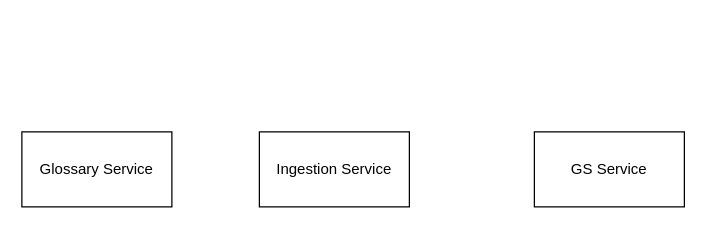
Before: assets/ingestion_service.drawio in ganisback/draw.io, a draw.io diagram. Source tidied: cells renumbered, new cells numbered last; positions are measured from the earlier drawing's top-left corner, leaving out a move shared by most shapes. Both pictures are drawn from the tidied source at 125%, with x=0, y=0 at pixel (21, 131). Pictures stored in the file or linked from it are replaced by grey dashed boxes.
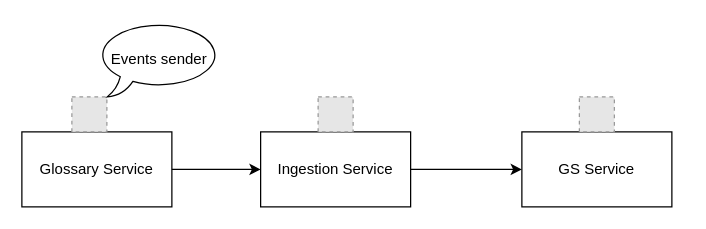
The same page after the edit.

What changed in the source:
```diff
@@
 <mxGraphModel>
   <root>
     <mxCell id="0" />
     <mxCell id="1" parent="0" />
     <mxCell id="2" value="Glossary Service" style="rounded=0;whiteSpace=wrap;html=1;" parent="1" vertex="1">
       <mxGeometry width="120" height="60" as="geometry" />
     </mxCell>
     <mxCell id="3" value="Ingestion Service" style="rounded=0;whiteSpace=wrap;html=1;" parent="1" vertex="1">
-      <mxGeometry x="190" width="120" height="60" as="geometry" />
+      <mxGeometry x="191" width="120" height="60" as="geometry" />
     </mxCell>
     <mxCell id="4" value="GS Service" style="rounded=0;whiteSpace=wrap;html=1;" parent="1" vertex="1">
-      <mxGeometry x="410" width="120" height="60" as="geometry" />
+      <mxGeometry x="400" width="120" height="60" as="geometry" />
     </mxCell>
+    <mxCell id="5" style="endArrow=classic;html=1;rounded=0;exitX=1;exitY=0.5;exitDx=0;exitDy=0;entryX=0;entryY=0.5;entryDx=0;entryDy=0;" parent="1" edge="1" source="2" target="3">
+      <mxGeometry relative="1" as="geometry" />
+    </mxCell>
+    <mxCell id="6" style="endArrow=classic;html=1;rounded=0;exitX=1;exitY=0.5;exitDx=0;exitDy=0;entryX=0;entryY=0.5;entryDx=0;entryDy=0;" parent="1" edge="1" source="3" target="4">
+      <mxGeometry relative="1" as="geometry" />
+    </mxCell>
+    <mxCell id="7" style="fillColor=#E6E6E6;strokeColor=#999999;dashed=1;html=1;verticalAlign=top;verticalLabelPosition=bottom;labelBackgroundColor=#ffffff;" parent="1" vertex="1">
+      <mxGeometry x="40" y="-28" width="28" height="28" as="geometry" />
+    </mxCell>
+    <mxCell id="8" style="fillColor=#E6E6E6;strokeColor=#999999;dashed=1;html=1;verticalAlign=top;verticalLabelPosition=bottom;labelBackgroundColor=#ffffff;" parent="1" vertex="1">
+      <mxGeometry x="237" y="-28" width="28" height="28" as="geometry" />
+    </mxCell>
+    <mxCell id="9" style="fillColor=#E6E6E6;strokeColor=#999999;dashed=1;html=1;verticalAlign=top;verticalLabelPosition=bottom;labelBackgroundColor=#ffffff;" parent="1" vertex="1">
+      <mxGeometry x="446" y="-28" width="28" height="28" as="geometry" />
+    </mxCell>
+    <mxCell id="10" value="Events sender" style="whiteSpace=wrap;html=1;shape=mxgraph.basic.oval_callout;" parent="1" vertex="1">
+      <mxGeometry x="60" y="-88" width="100" height="60" as="geometry" />
+    </mxCell>
   </root>
 </mxGraphModel>
```
